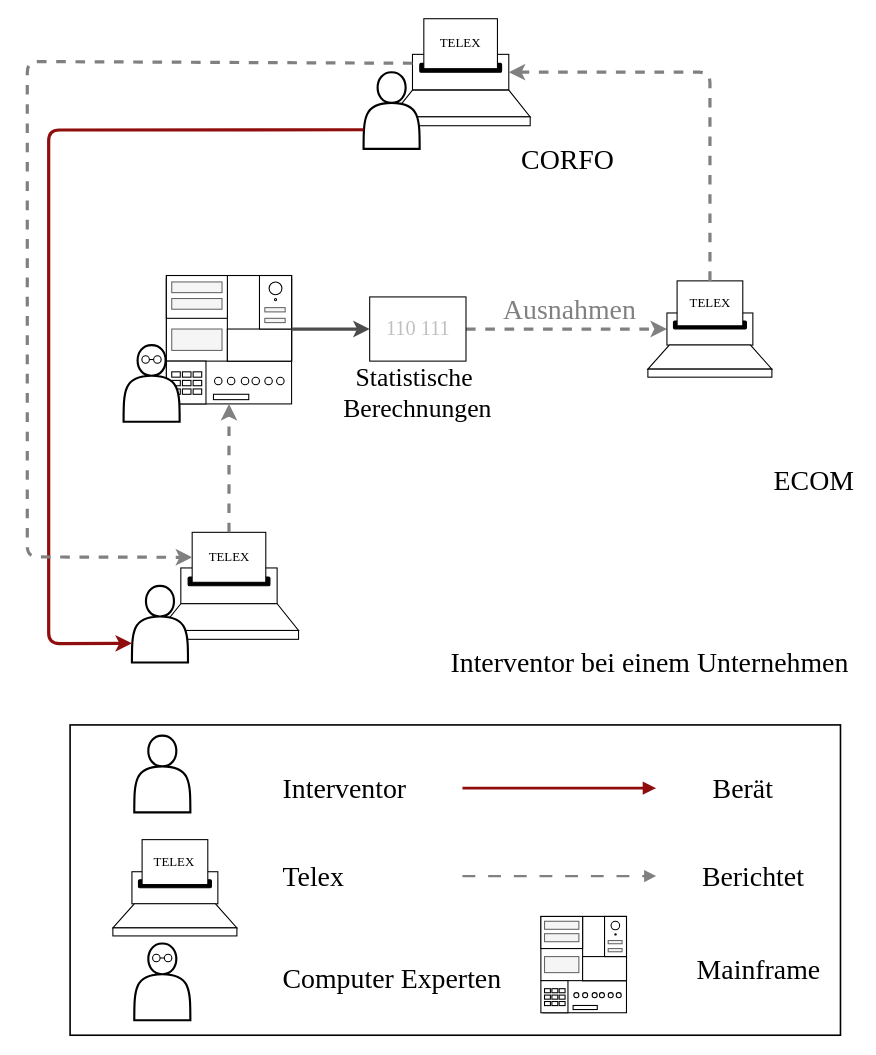
This is abbildungen/Telex-Aufbau.drawio from LevinTheDoctor/fom-typst-template, a draw.io file, before an edit. Source tidied: cells renumbered, new cells numbered last; positions are measured from the earlier drawing's top-left corner, leaving out a move shared by most shapes. Both pictures are drawn from the tidied source at 107%, with x=0, y=0 at pixel (27, 18).
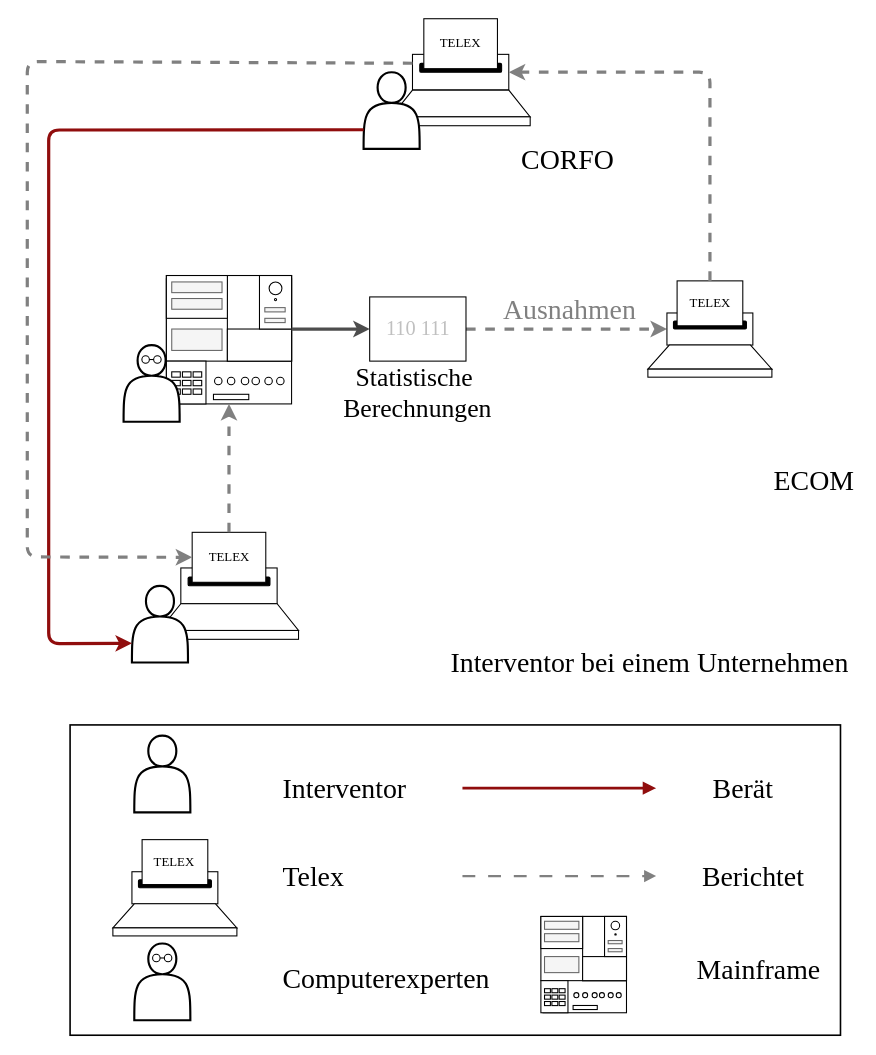
The same page after the edit.

Diff of the diagram source:
```diff
@@
-    <mxCell id="20" value="Computer Experten" style="text;html=1;align=left;verticalAlign=middle;fontFamily=Times New Roman;fontSize=26;fontColor=#000000;" parent="1" vertex="1">
+    <mxCell id="20" value="Computerexperten" style="text;html=1;align=left;verticalAlign=middle;fontFamily=Times New Roman;fontSize=26;fontColor=#000000;" parent="1" vertex="1">
       <mxGeometry x="236.7" y="864.3" width="286.6" height="64.4" as="geometry" />
     </mxCell>
```
